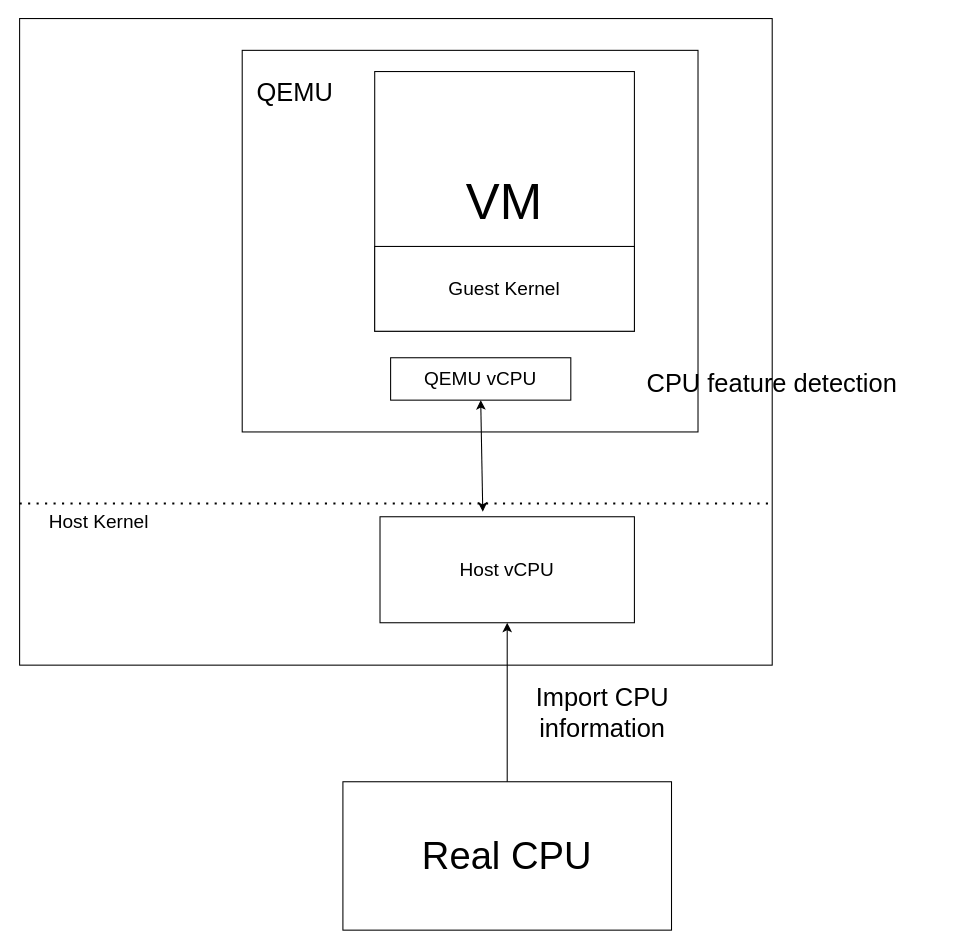
Above: guest_CPU.drawio in yw9865/drawio (draw.io), before the change. Source tidied: cells renumbered, new cells numbered last; positions are measured from the earlier drawing's top-left corner, leaving out a move shared by most shapes. Both pictures are drawn from the tidied source at 106%, with x=0, y=0 at pixel (19, 18).
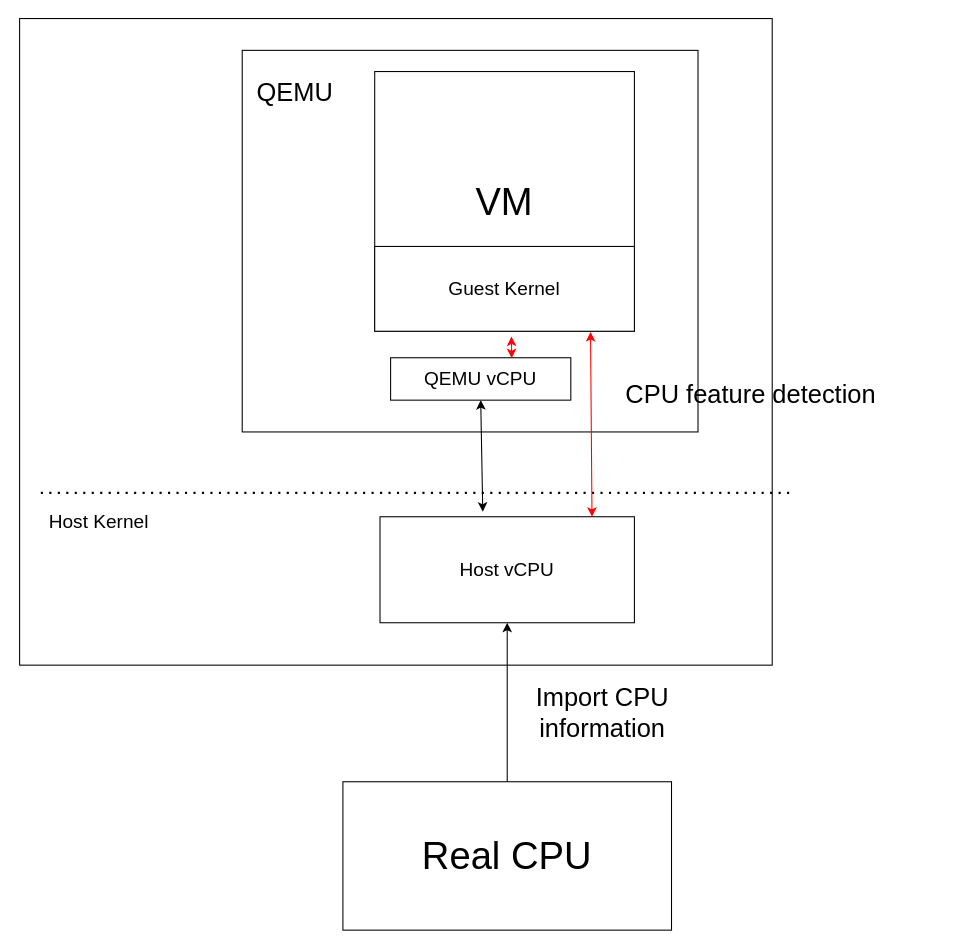
After the change.

The change refers to these unchanged cells:
```xml
<mxCell id="2" style="rounded=0;whiteSpace=wrap;html=1;" parent="1" vertex="1">
  <mxGeometry width="710" height="610" as="geometry" />
</mxCell>
<mxCell id="12" value="&lt;font style=&quot;font-size: 18px;&quot;&gt;Guest Kernel&lt;/font&gt;" style="rounded=0;whiteSpace=wrap;html=1;" parent="1" vertex="1">
  <mxGeometry x="335" y="215" width="245" height="80" as="geometry" />
</mxCell>
<mxCell id="15" value="&lt;font style=&quot;font-size: 18px;&quot;&gt;QEMU vCPU&lt;/font&gt;" style="rounded=0;whiteSpace=wrap;html=1;" parent="1" vertex="1">
  <mxGeometry x="350" y="320" width="170" height="40" as="geometry" />
</mxCell>
```

What changed in the source:
```diff
@@
-    <mxCell id="9" value="&lt;font style=&quot;font-size: 48px;&quot;&gt;VM&lt;/font&gt;" style="whiteSpace=wrap;html=1;" parent="1" vertex="1">
+    <mxCell id="9" value="&lt;font style=&quot;font-size: 36px;&quot;&gt;VM&lt;/font&gt;" style="whiteSpace=wrap;html=1;" parent="1" vertex="1">
       <mxGeometry x="335" y="50" width="245" height="245" as="geometry" />
     </mxCell>
@@
     <mxCell id="11" value="&lt;font style=&quot;font-size: 24px;&quot;&gt;CPU feature detection&lt;/font&gt;" style="text;html=1;strokeColor=none;fillColor=none;align=center;verticalAlign=middle;whiteSpace=wrap;rounded=0;" parent="1" vertex="1">
-      <mxGeometry x="530" y="330" width="360" height="30" as="geometry" />
+      <mxGeometry x="510" y="340" width="360" height="30" as="geometry" />
     </mxCell>
@@
-    <mxCell id="13" style="endArrow=none;dashed=1;html=1;dashPattern=1 3;strokeWidth=2;rounded=0;exitX=0;exitY=0.75;exitDx=0;exitDy=0;entryX=1;entryY=0.75;entryDx=0;entryDy=0;" parent="1" edge="1" source="2" target="2">
-      <mxGeometry relative="1" as="geometry" />
+    <mxCell id="13" style="endArrow=none;dashed=1;html=1;dashPattern=1 3;strokeWidth=2;rounded=0;exitX=0;exitY=0.75;exitDx=0;exitDy=0;entryX=1;entryY=0.75;entryDx=0;entryDy=0;" parent="1" edge="1">
+      <mxGeometry relative="1" as="geometry">
+        <mxPoint x="20" y="447.5" as="sourcePoint" />
+        <mxPoint x="730" y="447.5" as="targetPoint" />
+      </mxGeometry>
     </mxCell>
@@
+    <mxCell id="16" style="endArrow=classic;startArrow=classic;html=1;rounded=0;exitX=0.672;exitY=0.01;exitDx=0;exitDy=0;exitPerimeter=0;strokeColor=#ff0000;" parent="1" edge="1" source="15">
+      <mxGeometry relative="1" as="geometry">
+        <mxPoint x="464" y="300" as="targetPoint" />
+      </mxGeometry>
+    </mxCell>
+    <mxCell id="17" style="endArrow=classic;startArrow=classic;html=1;rounded=0;exitX=0.672;exitY=0.01;exitDx=0;exitDy=0;exitPerimeter=0;strokeColor=#ff0000;entryX=0.831;entryY=1.008;entryDx=0;entryDy=0;entryPerimeter=0;" parent="1" edge="1" target="12">
+      <mxGeometry relative="1" as="geometry">
+        <mxPoint x="540" y="470" as="sourcePoint" />
+      </mxGeometry>
+    </mxCell>
```
